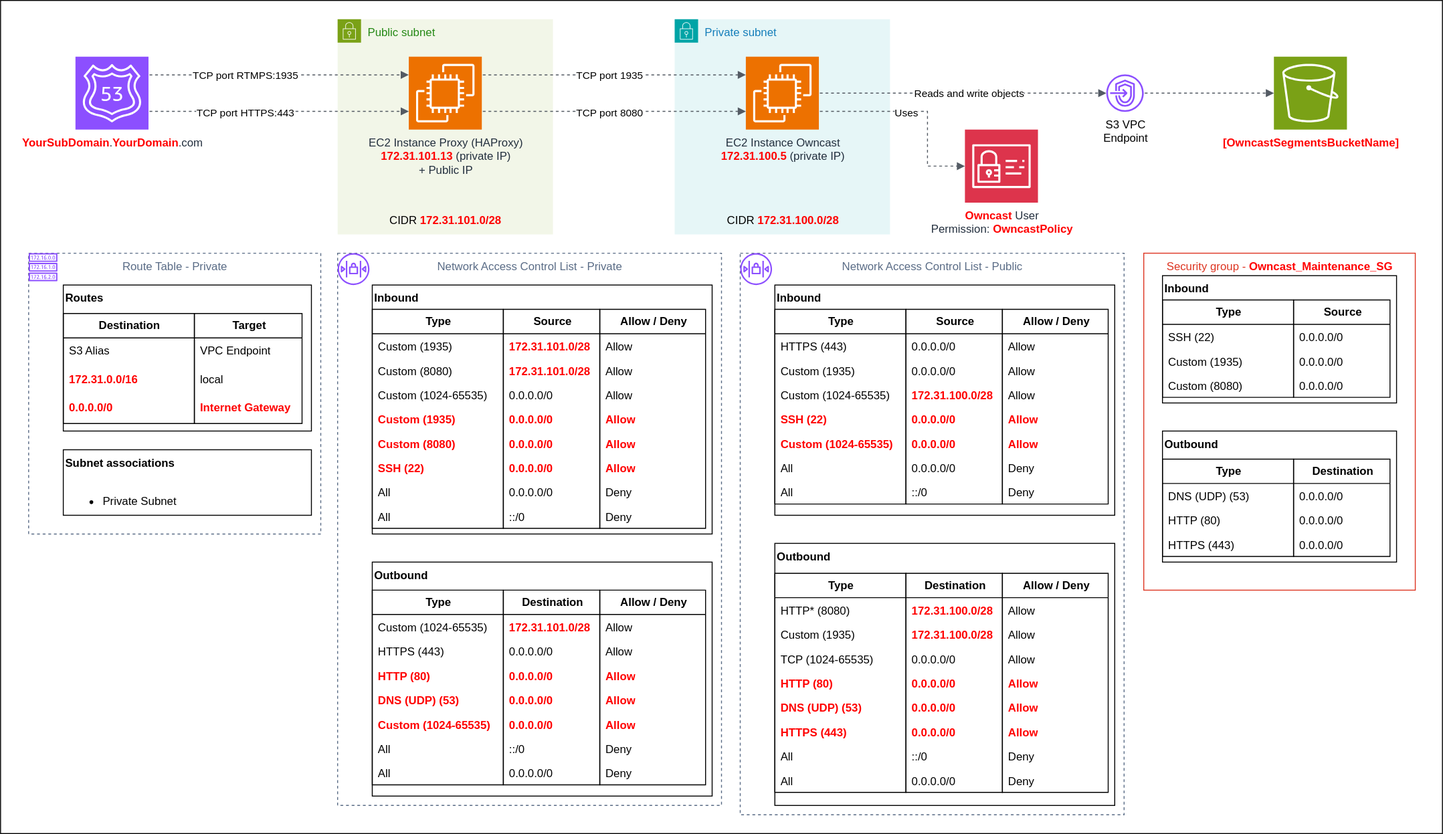
The draw.io diagram Images/Owncast-Instances.drawio.svg in evertonjuniti/sjcam-owncast-aws, before a commit. Source tidied: cells renumbered, new cells last; positions are measured from the earlier drawing's top-left corner, leaving out a move shared by most shapes.
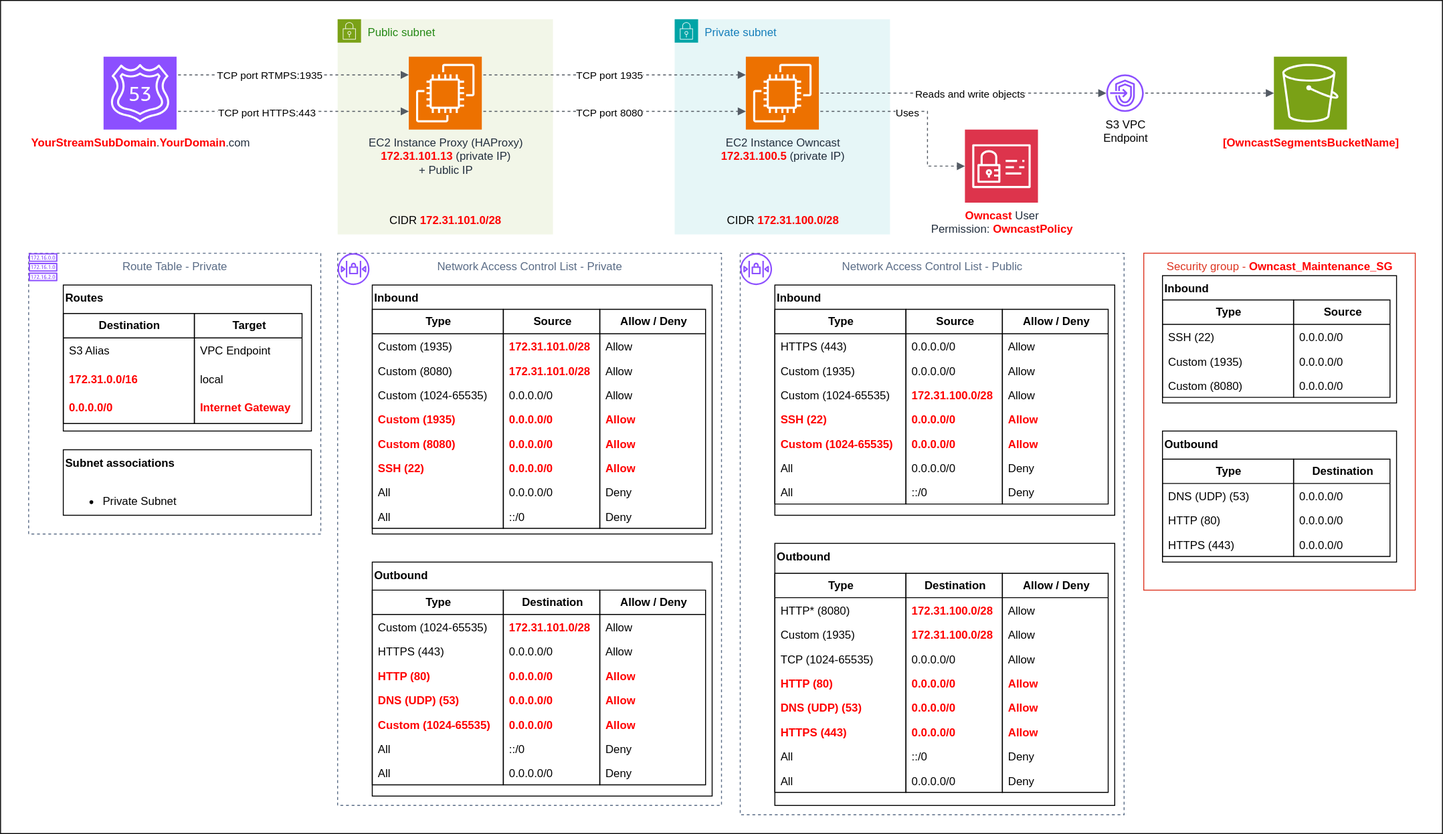
After the change.

Diff of the diagram source:
```diff
@@ -23,8 +23,8 @@
     <mxCell id="8" value="CIDR &lt;b&gt;&lt;font style=&quot;color: rgb(255, 0, 0);&quot;&gt;172.31.100.0/28&lt;/font&gt;&lt;/b&gt;" style="text;html=1;align=center;verticalAlign=middle;whiteSpace=wrap;rounded=0;" parent="1" vertex="1">
       <mxGeometry x="761.7" y="220" width="146.7" height="30" as="geometry" />
     </mxCell>
-    <mxCell id="9" value="&lt;b&gt;&lt;font style=&quot;color: rgb(255, 0, 0);&quot;&gt;YourSubDomain&lt;/font&gt;&lt;/b&gt;.&lt;b&gt;&lt;font style=&quot;color: rgb(255, 0, 0);&quot;&gt;YourDomain&lt;/font&gt;&lt;/b&gt;.com" style="sketch=0;points=[[0,0,0],[0.25,0,0],[0.5,0,0],[0.75,0,0],[1,0,0],[0,1,0],[0.25,1,0],[0.5,1,0],[0.75,1,0],[1,1,0],[0,0.25,0],[0,0.5,0],[0,0.75,0],[1,0.25,0],[1,0.5,0],[1,0.75,0]];outlineConnect=0;fontColor=#232F3E;fillColor=#8C4FFF;strokeColor=#ffffff;dashed=0;verticalLabelPosition=bottom;verticalAlign=top;align=center;html=1;fontSize=12;fontStyle=0;shape=mxgraph.aws4.resourceIcon;resIcon=mxgraph.aws4.route_53;" parent="1" vertex="1">
-      <mxGeometry x="80" y="60" width="78" height="78" as="geometry" />
+    <mxCell id="9" value="&lt;b&gt;&lt;font style=&quot;color: rgb(255, 0, 0);&quot;&gt;YourStreamSubDomain&lt;/font&gt;&lt;/b&gt;.&lt;b&gt;&lt;font style=&quot;color: rgb(255, 0, 0);&quot;&gt;YourDomain&lt;/font&gt;&lt;/b&gt;.com" style="sketch=0;points=[[0,0,0],[0.25,0,0],[0.5,0,0],[0.75,0,0],[1,0,0],[0,1,0],[0.25,1,0],[0.5,1,0],[0.75,1,0],[1,1,0],[0,0.25,0],[0,0.5,0],[0,0.75,0],[1,0.25,0],[1,0.5,0],[1,0.75,0]];outlineConnect=0;fontColor=#232F3E;fillColor=#8C4FFF;strokeColor=#ffffff;dashed=0;verticalLabelPosition=bottom;verticalAlign=top;align=center;html=1;fontSize=12;fontStyle=0;shape=mxgraph.aws4.resourceIcon;resIcon=mxgraph.aws4.route_53;" parent="1" vertex="1">
+      <mxGeometry x="110" y="60" width="78" height="78" as="geometry" />
     </mxCell>
     <mxCell id="10" style="edgeStyle=orthogonalEdgeStyle;html=1;endArrow=block;elbow=vertical;startArrow=none;endFill=1;strokeColor=#545B64;rounded=0;exitX=1;exitY=0.25;exitDx=0;exitDy=0;exitPerimeter=0;entryX=0;entryY=0.25;entryDx=0;entryDy=0;entryPerimeter=0;dashed=1;flowAnimation=1;" parent="1" edge="1" source="9" target="5">
       <mxGeometry relative="1" as="geometry">
```
